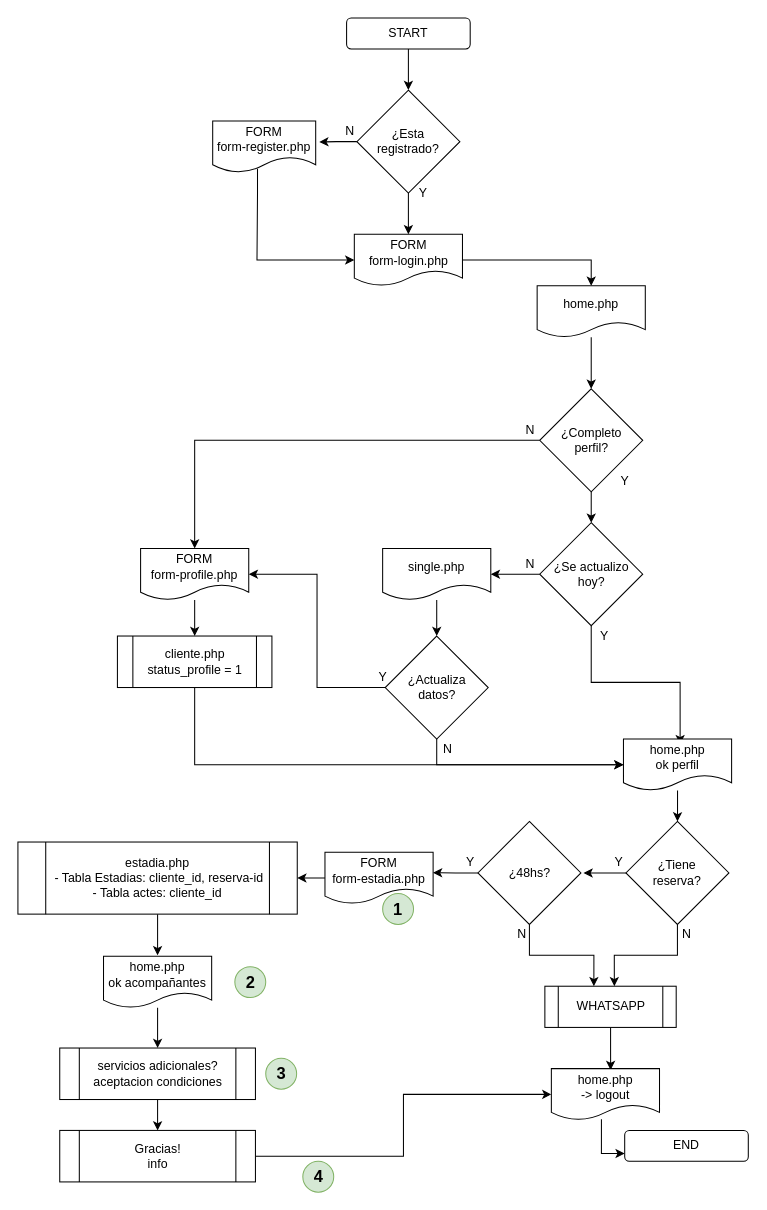
Earlier version of the draw.io diagram page "UX FrontEnd" (2 of 5) of web-checkin/hotel-web-checkin.drawio (danielo101/db-diagrams). Source tidied: cells renumbered, new cells numbered last; positions are measured from the earlier drawing's top-left corner, leaving out a move shared by most shapes. Both pictures are drawn from the tidied source at 103%, with x=0, y=0 at pixel (18, 18).
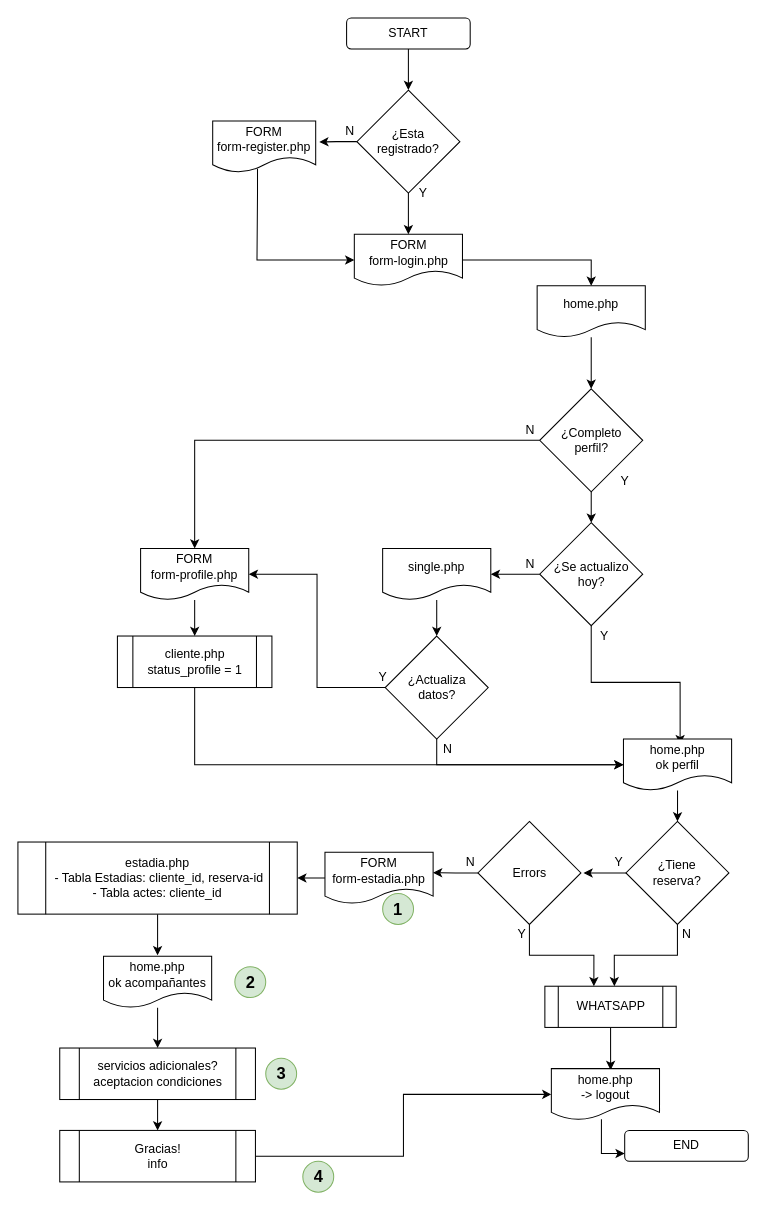
The same page after the edit.

The edit, as a diff of the source:
```diff
@@
-    <mxCell id="64" value="¿48hs?" style="rhombus;whiteSpace=wrap;html=1;" parent="1" vertex="1">
+    <mxCell id="64" value="Errors" style="rhombus;whiteSpace=wrap;html=1;" parent="1" vertex="1">
       <mxGeometry x="446.5" y="780" width="100" height="100" as="geometry" />
     </mxCell>
-    <mxCell id="65" value="Y" style="text;html=1;align=center;verticalAlign=middle;strokeColor=none;fillColor=none;" parent="1" vertex="1">
+    <mxCell id="65" value="N" style="text;html=1;align=center;verticalAlign=middle;strokeColor=none;fillColor=none;" parent="1" vertex="1">
       <mxGeometry x="429" y="810" width="20" height="20" as="geometry" />
     </mxCell>
-    <mxCell id="66" value="N" style="text;html=1;align=center;verticalAlign=middle;strokeColor=none;fillColor=none;" parent="1" vertex="1">
+    <mxCell id="66" value="Y" style="text;html=1;align=center;verticalAlign=middle;strokeColor=none;fillColor=none;" parent="1" vertex="1">
       <mxGeometry x="479" y="880" width="20" height="20" as="geometry" />
     </mxCell>
```
